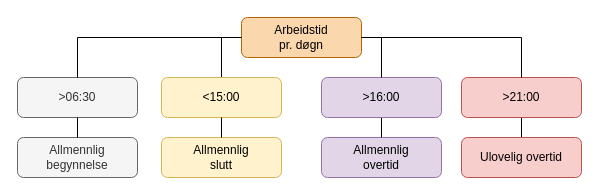
Earlier version of the draw.io diagram flytskjema.drawio (p3k4/Skewl). Source tidied: cells renumbered, new cells numbered last; positions are measured from the earlier drawing's top-left corner, leaving out a move shared by most shapes. Both pictures are drawn from the tidied source at 100%, with x=0, y=0 at pixel (17, 17).
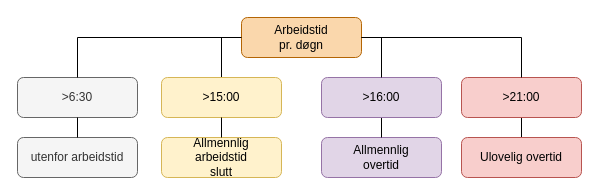
The same diagram, later.

What changed in the source:
```diff
@@
-    <mxCell id="4" value="&lt;div&gt;Allmennlig &lt;br&gt;&lt;/div&gt;&lt;div&gt;begynnelse&lt;br&gt;&lt;/div&gt;" style="rounded=1;whiteSpace=wrap;html=1;fillColor=#f5f5f5;fontColor=#333333;strokeColor=#666666;" parent="1" vertex="1">
+    <mxCell id="4" value="&lt;div&gt;utenfor arbeidstid&lt;/div&gt;" style="rounded=1;whiteSpace=wrap;html=1;fillColor=#f5f5f5;fontColor=#333333;strokeColor=#666666;" parent="1" vertex="1">
       <mxGeometry y="120" width="120" height="40" as="geometry" />
     </mxCell>
-    <mxCell id="5" value="&lt;div&gt;Allmennlig&lt;/div&gt;&lt;div&gt;slutt&lt;/div&gt;" style="rounded=1;whiteSpace=wrap;html=1;fillColor=#fff2cc;strokeColor=#d6b656;" parent="1" vertex="1">
+    <mxCell id="5" value="&lt;div&gt;Allmennlig&lt;/div&gt;&lt;div&gt;arbeidstid &lt;br&gt;&lt;/div&gt;&lt;div&gt;slutt&lt;/div&gt;" style="rounded=1;whiteSpace=wrap;html=1;fillColor=#fff2cc;strokeColor=#d6b656;" parent="1" vertex="1">
       <mxGeometry x="144" y="120" width="120" height="40" as="geometry" />
     </mxCell>
@@
-    <mxCell id="8" value="&amp;lt;15:00" style="rounded=1;whiteSpace=wrap;html=1;fillColor=#fff2cc;strokeColor=#d6b656;" parent="1" vertex="1">
+    <mxCell id="8" value="&amp;gt;15:00" style="rounded=1;whiteSpace=wrap;html=1;fillColor=#fff2cc;strokeColor=#d6b656;" parent="1" vertex="1">
       <mxGeometry x="144" y="60" width="120" height="40" as="geometry" />
     </mxCell>
@@
-    <mxCell id="16" value="&amp;gt;06:30" style="rounded=1;whiteSpace=wrap;html=1;fillColor=#f5f5f5;fontColor=#333333;strokeColor=#666666;" parent="1" vertex="1">
+    <mxCell id="16" value="&lt;div&gt;&amp;gt;6:30&lt;/div&gt;" style="rounded=1;whiteSpace=wrap;html=1;fillColor=#f5f5f5;fontColor=#333333;strokeColor=#666666;" parent="1" vertex="1">
       <mxGeometry y="60" width="120" height="40" as="geometry" />
     </mxCell>
```
